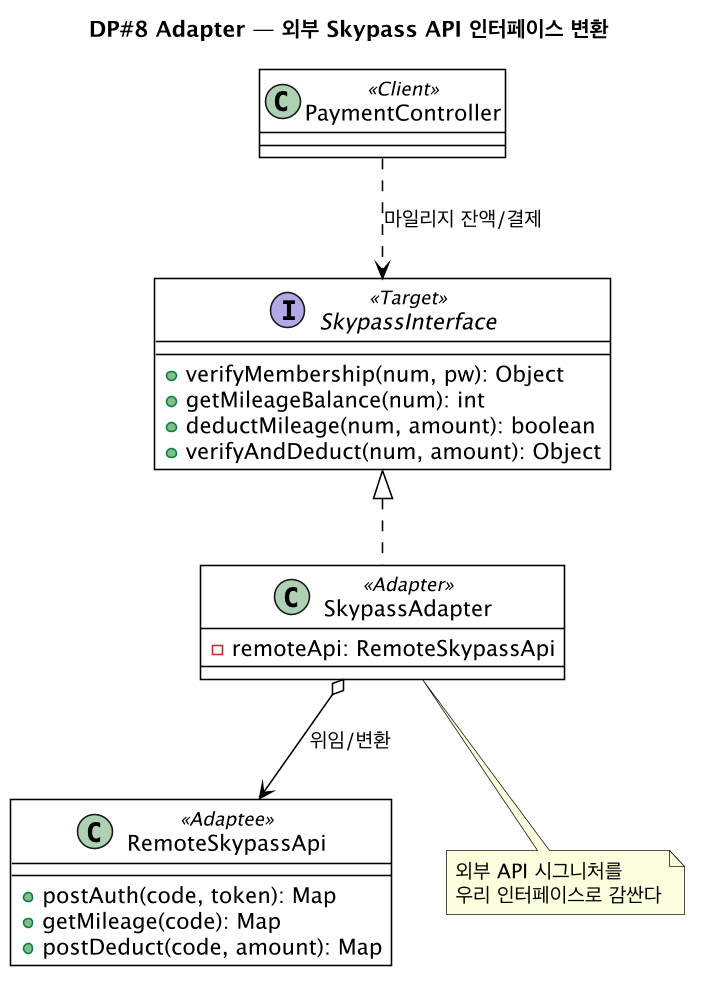
This is docs/diagrams/iter4-puml/dp8-adapter.png from gimjungwook/KoreanAirReservationDomain, a PlantUML export, as it was before one commit. The source it was exported from:
```plantuml
@startuml dp8-adapter
!include _style.puml
title DP#8 Adapter — 외부 Skypass API 인터페이스 변환

interface SkypassInterface <<Target>> {
  +verifyMembership(num, pw): Object
  +getMileageBalance(num): int
  +deductMileage(num, amount): boolean
  +verifyAndDeduct(num, amount): Object
}
class SkypassAdapter <<Adapter>> {
  -remoteApi: RemoteSkypassApi
}
class RemoteSkypassApi <<Adaptee>> {
  +postAuth(code, token): Map
  +getMileage(code): Map
  +postDeduct(code, amount): Map
}
class PaymentController <<Client>>

SkypassInterface <|.. SkypassAdapter
SkypassAdapter o--> RemoteSkypassApi : 위임/변환
PaymentController ..> SkypassInterface : 마일리지 잔액/결제
note bottom of SkypassAdapter : 외부 API 시그니처를\n우리 인터페이스로 감싼다
@enduml
```
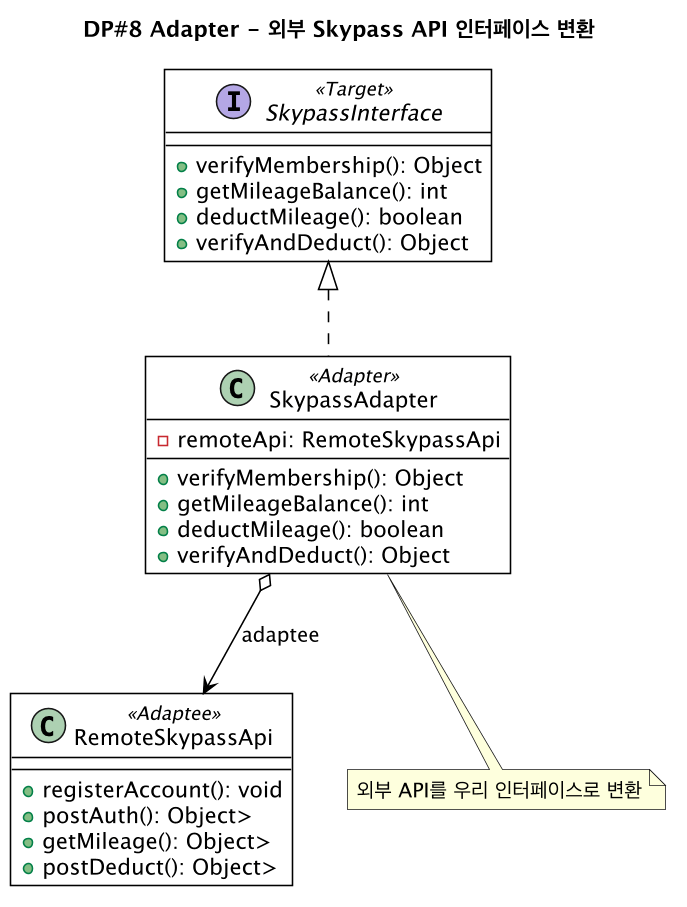
The same diagram one commit later.

Diff of the diagram source:
```diff
@@ -1,25 +1,27 @@
 @startuml dp8-adapter
 !include _style.puml
-title DP#8 Adapter — 외부 Skypass API 인터페이스 변환
-
+title DP#8 Adapter - 외부 Skypass API 인터페이스 변환
 interface SkypassInterface <<Target>> {
-  +verifyMembership(num, pw): Object
-  +getMileageBalance(num): int
-  +deductMileage(num, amount): boolean
-  +verifyAndDeduct(num, amount): Object
+  +verifyMembership(): Object
+  +getMileageBalance(): int
+  +deductMileage(): boolean
+  +verifyAndDeduct(): Object
 }
 class SkypassAdapter <<Adapter>> {
   -remoteApi: RemoteSkypassApi
+  --
+  +verifyMembership(): Object
+  +getMileageBalance(): int
+  +deductMileage(): boolean
+  +verifyAndDeduct(): Object
 }
 class RemoteSkypassApi <<Adaptee>> {
-  +postAuth(code, token): Map
-  +getMileage(code): Map
-  +postDeduct(code, amount): Map
+  +registerAccount(): void
+  +postAuth(): Object>
+  +getMileage(): Object>
+  +postDeduct(): Object>
 }
-class PaymentController <<Client>>
-
 SkypassInterface <|.. SkypassAdapter
-SkypassAdapter o--> RemoteSkypassApi : 위임/변환
-PaymentController ..> SkypassInterface : 마일리지 잔액/결제
-note bottom of SkypassAdapter : 외부 API 시그니처를\n우리 인터페이스로 감싼다
+SkypassAdapter o--> RemoteSkypassApi : adaptee
+note bottom of SkypassAdapter : 외부 API를 우리 인터페이스로 변환
 @enduml
```
